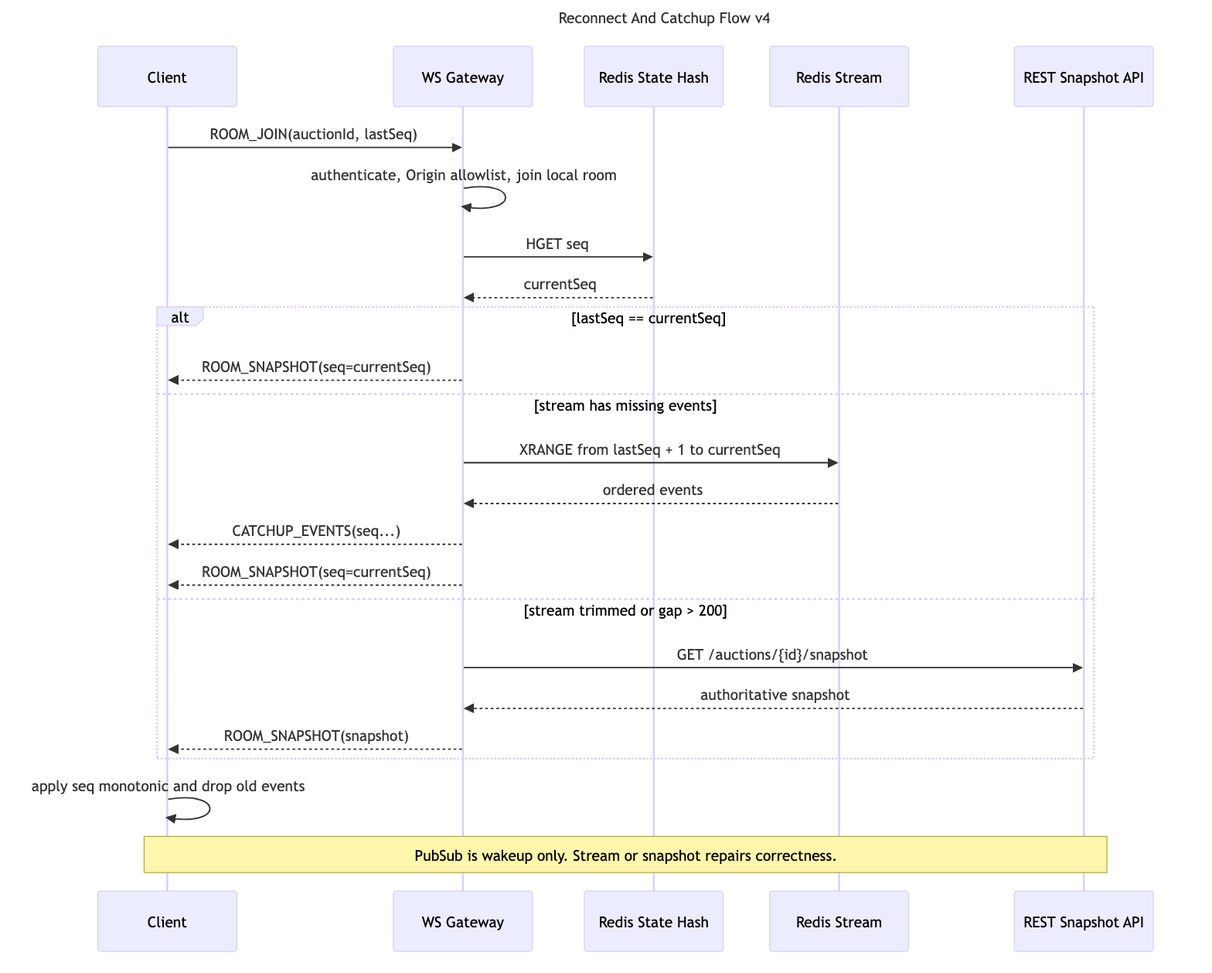
Eliaaazzz/live-auction-system keeps this Mermaid diagram as docs/architecture/v4/04-reconnect-catchup.png. Above is the earlier version. Its source is kept beside it as docs/architecture/v4/04-reconnect-catchup.mmd.
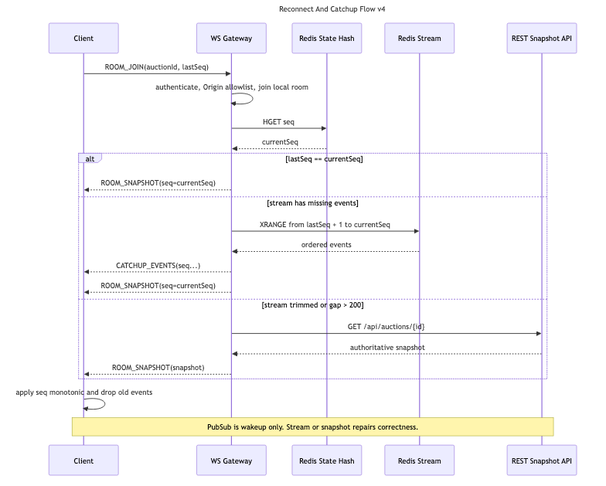
After the commit.

Commit message:
docs(architecture): v4 04-reconnect-catchup — fix stale /snapshot route

Change to the diagram source:
```diff
@@ -19,7 +19,7 @@
     W-->>C: CATCHUP_EVENTS(seq...)
     W-->>C: ROOM_SNAPSHOT(seq=currentSeq)
   else stream trimmed or gap > 200
-    W->>API: GET /auctions/{id}/snapshot
+    W->>API: GET /api/auctions/{id}
     API-->>W: authoritative snapshot
     W-->>C: ROOM_SNAPSHOT(snapshot)
   end
```
